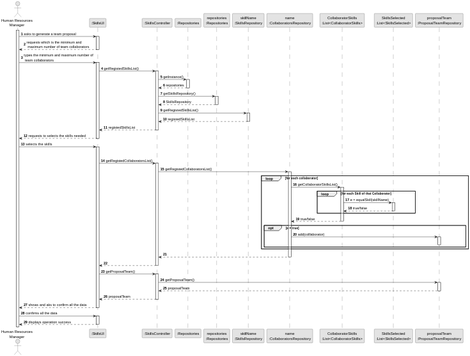
1231360-ISEP/lei-24-s2-1db-g021 keeps this PlantUML diagram as docs/sprint2/us005/03.design/svg/us005-sequence-diagram-full.svg. Above is the earlier version.
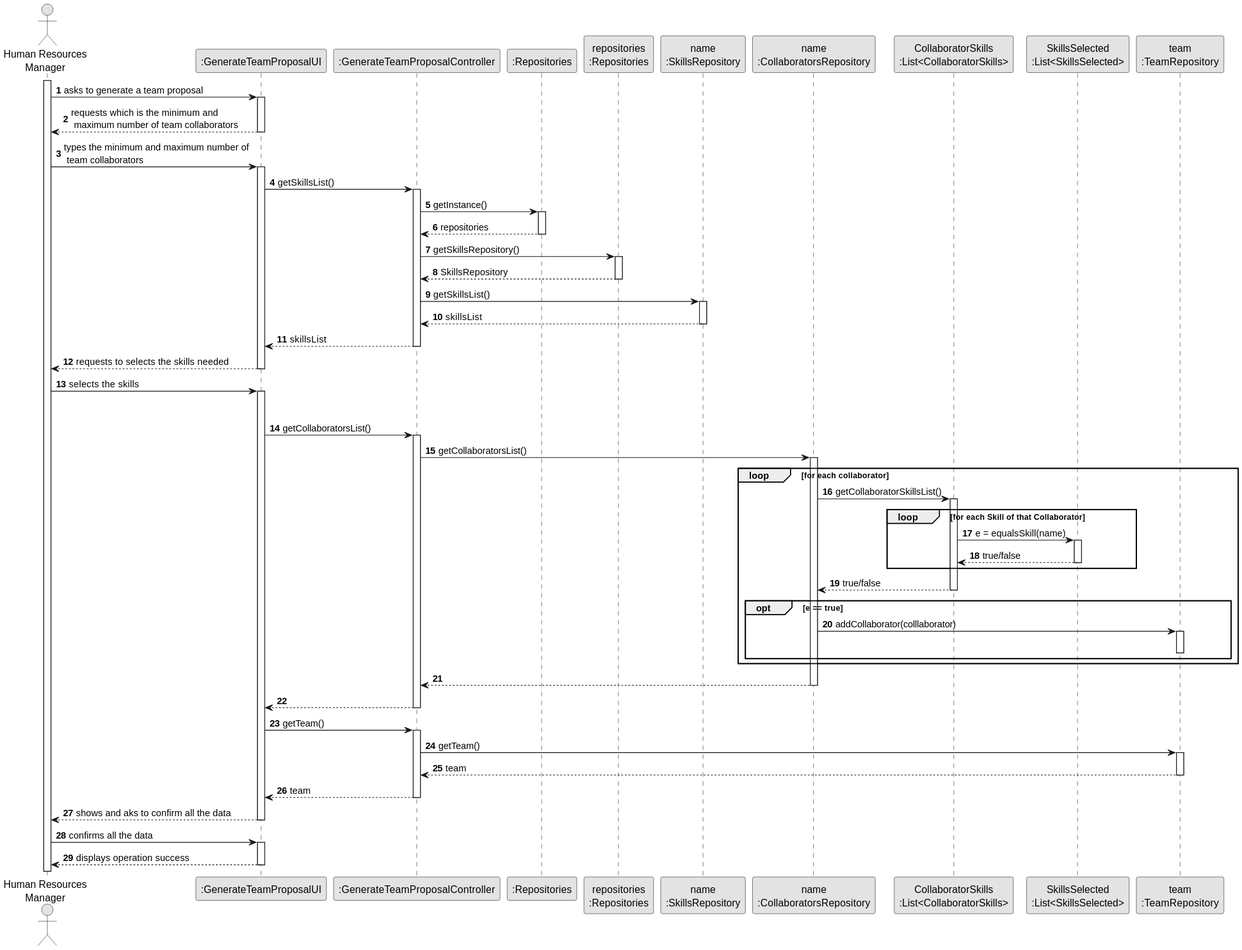
The same diagram one commit later.

Diff of the diagram source:
```diff
@@ -4,15 +4,15 @@
 skinparam shadowing false
 
 actor "Human Resources\nManager" as HRM
-participant ":SkillsUI" as UI
-participant ":SkillsController" as CTRL
+participant ":GenerateTeamProposalUI" as UI
+participant ":GenerateTeamProposalController" as CTRL
 participant ":Repositories" as RepositorySingleton
 participant "repositories\n:Repositories" as PLAT
-participant "skillName\n:SkillsRepository" as SkillsRepository
+participant "name\n:SkillsRepository" as SkillsRepository
 participant "name\n:CollaboratorsRepository" as CollaboratorsRepository
 participant "CollaboratorSkills\n:List<CollaboratorSkills>" as CollaboratorSkills
 participant "SkillsSelected\n:List<SkillsSelected>" as ListOfSkillsSelected
-participant "proposalTeam\n:ProposalTeamRepository" as ProposalTeamRepository
+participant "team\n:TeamRepository" as TeamRepository
 
 autonumber 1
 
@@ -28,7 +28,7 @@
 HRM -> UI : types the minimum and maximum number of\n team collaborators
     activate UI
 
-UI -> CTRL: getRegistedSkillsList()
+UI -> CTRL: getSkillsList()
 
 activate CTRL
 
@@ -44,16 +44,17 @@
 PLAT --> CTRL: SkillsRepository
 deactivate PLAT
 
-    CTRL -> SkillsRepository : getRegistedSkillsList()
+    CTRL -> SkillsRepository : getSkillsList()
 activate SkillsRepository
 
-SkillsRepository --> CTRL : registedSkillsList
+SkillsRepository --> CTRL : skillsList
 deactivate SkillsRepository
 
-CTRL --> UI : registedSkillsList
+CTRL --> UI : skillsList
 deactivate CTRL
 
 UI --> HRM : requests to selects the skills needed
+
 deactivate UI
 
     HRM -> UI : selects the skills
@@ -61,11 +62,11 @@
 
 deactivate CTRL
 
-UI -> CTRL: getRegistedCollaboratorsList()
+UI -> CTRL: getCollaboratorsList()
 
 activate CTRL
 
-    CTRL -> CollaboratorsRepository : getRegistedCollaboratorsList()
+    CTRL -> CollaboratorsRepository : getCollaboratorsList()
 activate CollaboratorsRepository
 
     loop for each collaborator
@@ -73,7 +74,7 @@
         activate CollaboratorSkills
 
             loop for each Skill of that Collaborator
-                    CollaboratorSkills -> ListOfSkillsSelected : e = equalSkill(skillName)
+                    CollaboratorSkills -> ListOfSkillsSelected : e = equalsSkill(name)
                 activate ListOfSkillsSelected
 
                 CollaboratorSkills <-- ListOfSkillsSelected : true/false
@@ -82,11 +83,11 @@
         CollaboratorsRepository <-- CollaboratorSkills : true/false
         deactivate CollaboratorSkills
 
-        opt e = true
+        opt e == true
 
-            CollaboratorsRepository -> ProposalTeamRepository : add(colllaborator)
-            activate ProposalTeamRepository
-            deactivate ProposalTeamRepository
+            CollaboratorsRepository -> TeamRepository : addCollaborator(colllaborator)
+            activate TeamRepository
+            deactivate TeamRepository
 
         end
 
@@ -101,17 +102,17 @@
 CTRL --> UI :
 deactivate CTRL
 
-UI -> CTRL: getProposalTeam()
+UI -> CTRL: getTeam()
 
 activate CTRL
 
-    CTRL -> ProposalTeamRepository : getProposalTeam()
-activate ProposalTeamRepository
+    CTRL -> TeamRepository : getTeam()
+activate TeamRepository
 
-ProposalTeamRepository --> CTRL : proposalTeam
-deactivate ProposalTeamRepository
+TeamRepository --> CTRL : team
+deactivate TeamRepository
 
-CTRL --> UI : proposalTeam
+CTRL --> UI : team
 deactivate CTRL
 
 UI --> HRM : shows and aks to confirm all the data
```
